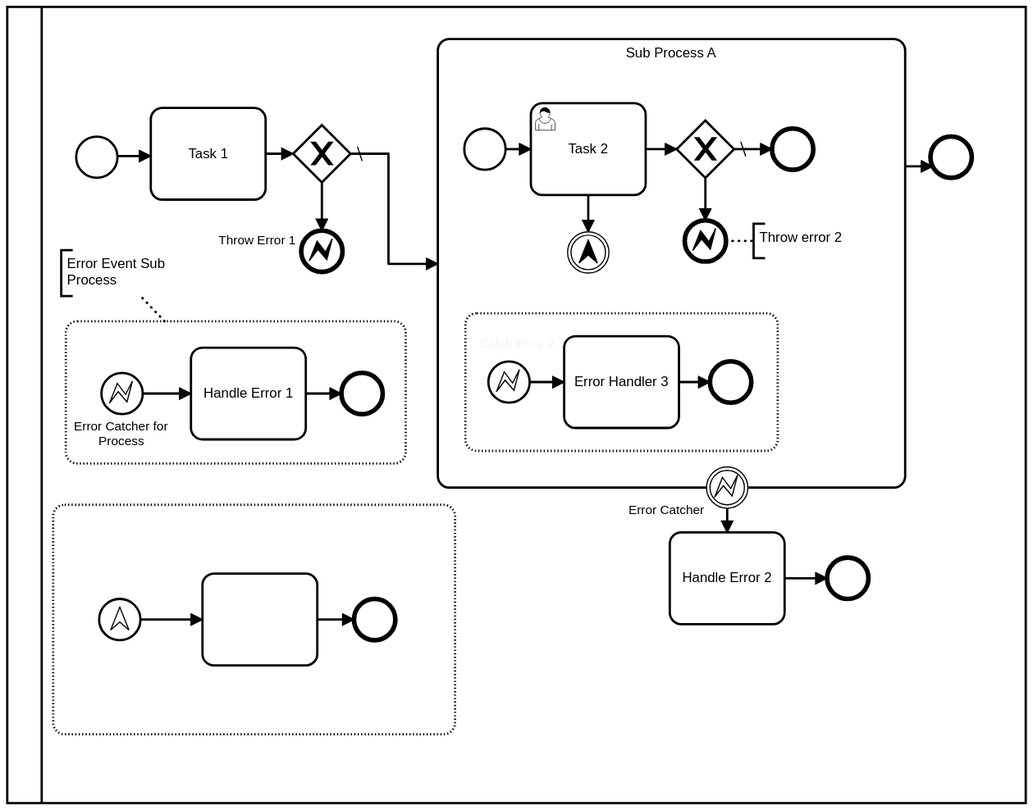
The BPMN diagram processes/error event.svg in bpmnServer/bpmn-web, before a commit. Its source is kept beside it as processes/error event.bpmn. Ids are renumbered.
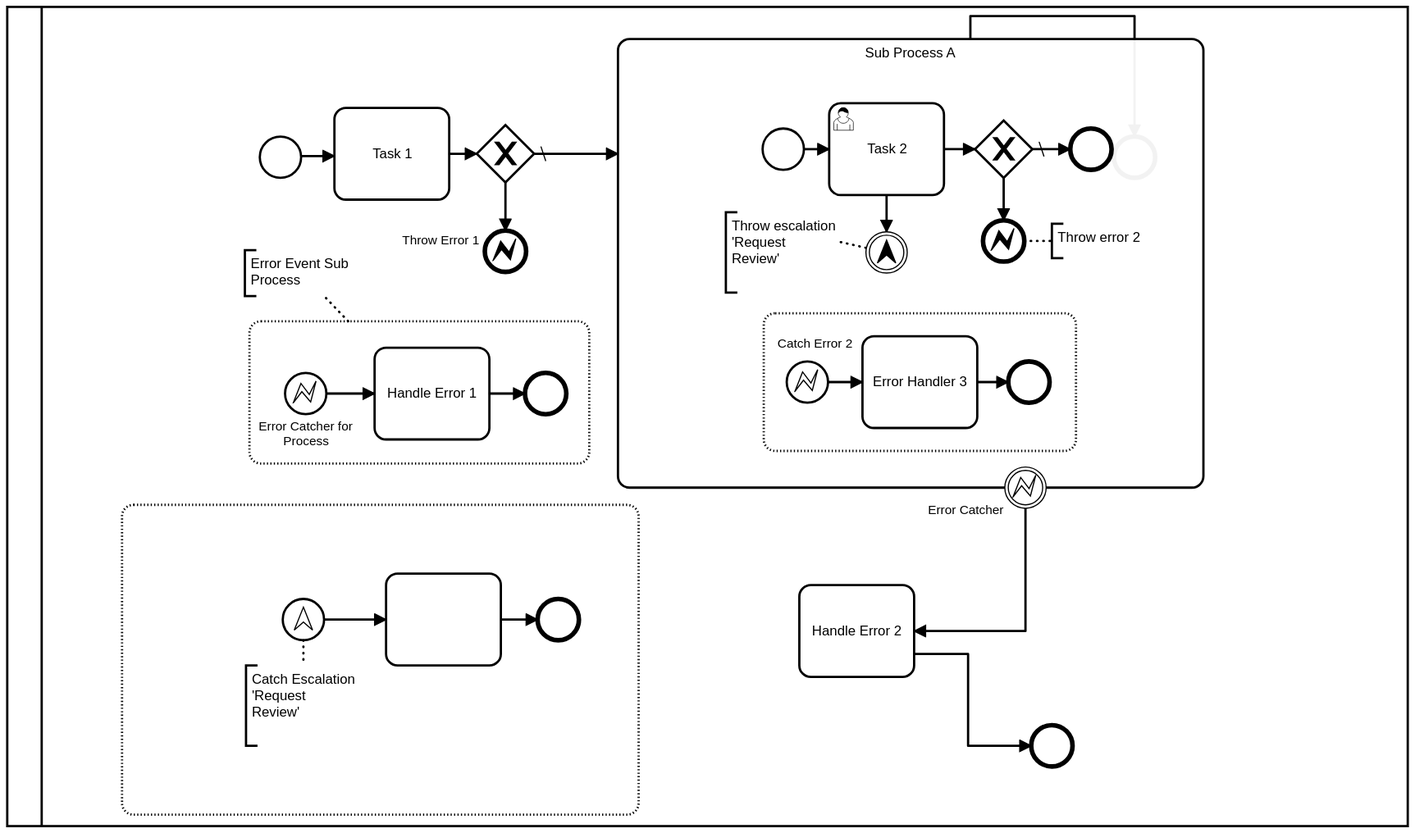
Above is the later version.

The edit, as a diff of the source:
```diff
@@ -46,6 +46,28 @@
       </endEvent>
       <sequenceFlow id="SequenceFlow_n14" sourceRef="Task_handle_error1" targetRef="EndEvent_subprocessErrorHandler" />
     </subProcess>
+    <subProcess id="Activity_n28" triggeredByEvent="true">
+      <task id="Activity_n29">
+        <incoming>Flow_n30</incoming>
+        <outgoing>Flow_n31</outgoing>
+      </task>
+      <sequenceFlow id="Flow_n30" sourceRef="Event_n32" targetRef="Activity_n29" />
+      <endEvent id="Event_n33">
+        <incoming>Flow_n31</incoming>
+      </endEvent>
+      <sequenceFlow id="Flow_n31" sourceRef="Activity_n29" targetRef="Event_n33" />
+      <startEvent id="Event_n32">
+        <outgoing>Flow_n30</outgoing>
+        <escalationEventDefinition id="EscalationEventDefinition_n34" escalationRef="Escalation_n25" />
+      </startEvent>
+      <textAnnotation id="TextAnnotation_n37">
+        <text>Catch Escalation 'Request Review'</text>
+      </textAnnotation>
+      <association id="Association_n38" sourceRef="Event_n32" targetRef="TextAnnotation_n37" />
+    </subProcess>
+    <endEvent id="EndEvent_n8">
+      <incoming>SequenceFlow_n7</incoming>
+    </endEvent>
     <subProcess id="SubProcess_A" name="Sub Process A">
       <incoming>SequenceFlow_n4</incoming>
       <outgoing>SequenceFlow_n7</outgoing>
@@ -99,36 +121,22 @@
         <text>Throw error 2</text>
       </textAnnotation>
       <association id="Association_n27" sourceRef="EndEvent_error2" targetRef="TextAnnotation_n26" />
+      <textAnnotation id="TextAnnotation_n39">
+        <text>Throw escalation 'Request Review'</text>
+      </textAnnotation>
+      <association id="Association_n40" sourceRef="Event_n23" targetRef="TextAnnotation_n39" />
     </subProcess>
     <boundaryEvent id="BoundaryEvent_catchErrors" name="Error Catcher" attachedToRef="SubProcess_A">
       <outgoing>SequenceFlow_n12</outgoing>
       <errorEventDefinition errorRef="error2" />
     </boundaryEvent>
+    <endEvent id="EndEvent_n11">
+      <incoming>SequenceFlow_n9</incoming>
+    </endEvent>
     <task id="Task_n10" name="Handle Error 2">
       <incoming>SequenceFlow_n12</incoming>
       <outgoing>SequenceFlow_n9</outgoing>
     </task>
-    <endEvent id="EndEvent_n11">
-      <incoming>SequenceFlow_n9</incoming>
-    </endEvent>
-    <subProcess id="Activity_n28" triggeredByEvent="true">
-      <task id="Activity_n29">
-        <incoming>Flow_n30</incoming>
-        <outgoing>Flow_n31</outgoing>
-      </task>
-      <sequenceFlow id="Flow_n30" sourceRef="Event_n32" targetRef="Activity_n29" />
-      <endEvent id="Event_n33">
-        <incoming>Flow_n31</incoming>
-      </endEvent>
-      <sequenceFlow id="Flow_n31" sourceRef="Activity_n29" targetRef="Event_n33" />
-      <startEvent id="Event_n32">
-        <outgoing>Flow_n30</outgoing>
-        <escalationEventDefinition id="EscalationEventDefinition_n34" escalationRef="Escalation_n25" />
-      </startEvent>
-    </subProcess>
-    <endEvent id="EndEvent_n8">
-      <incoming>SequenceFlow_n7</incoming>
-    </endEvent>
     <textAnnotation id="TextAnnotation_n35">
       <text>Error Event Sub Process</text>
     </textAnnotation>
@@ -138,34 +146,37 @@
   <bpmndi:BPMNDiagram id="BPMNDiagram_1">
     <bpmndi:BPMNPlane id="BPMNPlane_1" bpmnElement="Collaboration_n1">
       <bpmndi:BPMNShape id="Participant_n2_di" bpmnElement="Participant_n2" isHorizontal="true">
-        <dc:Bounds x="120" y="16" width="887" height="694" />
+        <dc:Bounds x="-40" y="16" width="1220" height="714" />
       </bpmndi:BPMNShape>
       <bpmndi:BPMNEdge id="SequenceFlow_n12_di" bpmnElement="SequenceFlow_n12">
-        <di:waypoint x="747" y="453" />
-        <di:waypoint x="747" y="474" />
+        <di:waypoint x="847" y="453" />
+        <di:waypoint x="847" y="560" />
+        <di:waypoint x="750" y="560" />
         <bpmndi:BPMNLabel>
           <dc:Bounds x="717" y="457.5" width="90" height="12" />
         </bpmndi:BPMNLabel>
       </bpmndi:BPMNEdge>
       <bpmndi:BPMNEdge id="SequenceFlow_n9_di" bpmnElement="SequenceFlow_n9">
-        <di:waypoint x="797" y="514" />
-        <di:waypoint x="834" y="514" />
+        <di:waypoint x="750" y="580" />
+        <di:waypoint x="797" y="580" />
+        <di:waypoint x="797" y="660" />
+        <di:waypoint x="852" y="660" />
         <bpmndi:BPMNLabel>
           <dc:Bounds x="770.5" y="493" width="90" height="12" />
         </bpmndi:BPMNLabel>
       </bpmndi:BPMNEdge>
       <bpmndi:BPMNEdge id="SequenceFlow_n7_di" bpmnElement="SequenceFlow_n7">
-        <di:waypoint x="902" y="155" />
-        <di:waypoint x="926" y="155" />
+        <di:waypoint x="799" y="44" />
+        <di:waypoint x="799" y="24" />
+        <di:waypoint x="942" y="24" />
+        <di:waypoint x="942" y="129" />
         <bpmndi:BPMNLabel>
           <dc:Bounds x="869" y="126" width="90" height="12" />
         </bpmndi:BPMNLabel>
       </bpmndi:BPMNEdge>
       <bpmndi:BPMNEdge id="SequenceFlow_n4_di" bpmnElement="SequenceFlow_n4">
         <di:waypoint x="419" y="144" />
-        <di:waypoint x="452" y="144" />
-        <di:waypoint x="452" y="240" />
-        <di:waypoint x="495" y="240" />
+        <di:waypoint x="492" y="144" />
         <bpmndi:BPMNLabel>
           <dc:Bounds x="422" y="186" width="90" height="12" />
         </bpmndi:BPMNLabel>
@@ -214,6 +225,15 @@
       <bpmndi:BPMNShape id="Task_01hmdwe_di" bpmnElement="Task_1">
         <dc:Bounds x="245" y="104" width="100" height="80" />
       </bpmndi:BPMNShape>
+      <bpmndi:BPMNShape id="EndEvent_n11_di" bpmnElement="EndEvent_n11">
+        <dc:Bounds x="852" y="642" width="36" height="36" />
+        <bpmndi:BPMNLabel>
+          <dc:Bounds x="807" y="536" width="90" height="12" />
+        </bpmndi:BPMNLabel>
+      </bpmndi:BPMNShape>
+      <bpmndi:BPMNShape id="Task_n10_di" bpmnElement="Task_n10">
+        <dc:Bounds x="650" y="520" width="100" height="80" />
+      </bpmndi:BPMNShape>
       <bpmndi:BPMNShape id="SubProcess_1y4dps2_di" bpmnElement="SubProcess_ErrorHandler" isExpanded="true">
         <dc:Bounds x="171" y="290" width="296" height="124" />
       </bpmndi:BPMNShape>
@@ -246,121 +266,11 @@
           <dc:Bounds x="384" y="375" width="90" height="12" />
         </bpmndi:BPMNLabel>
       </bpmndi:BPMNShape>
-      <bpmndi:BPMNShape id="SubProcess_1mrpeu8_di" bpmnElement="SubProcess_A" isExpanded="true">
-        <dc:Bounds x="495" y="44" width="407" height="391" />
+      <bpmndi:BPMNShape id="Activity_1s712nx_di" bpmnElement="Activity_n28" isExpanded="true">
+        <dc:Bounds x="60" y="450" width="450" height="270" />
       </bpmndi:BPMNShape>
-      <bpmndi:BPMNEdge id="Flow_n19_di" bpmnElement="Flow_n19">
-        <di:waypoint x="626" y="180" />
-        <di:waypoint x="626" y="212" />
-      </bpmndi:BPMNEdge>
-      <bpmndi:BPMNEdge id="SequenceFlow_n18_di" bpmnElement="SequenceFlow_n18">
-        <di:waypoint x="728" y="165" />
-        <di:waypoint x="728" y="202" />
-        <bpmndi:BPMNLabel>
-          <dc:Bounds x="698" y="177" width="90" height="12" />
-        </bpmndi:BPMNLabel>
-      </bpmndi:BPMNEdge>
-      <bpmndi:BPMNEdge id="SequenceFlow_n16_di" bpmnElement="SequenceFlow_n16">
-        <di:waypoint x="753" y="140" />
-        <di:waypoint x="786" y="140" />
-        <bpmndi:BPMNLabel>
-          <dc:Bounds x="725" y="119" width="90" height="12" />
-        </bpmndi:BPMNLabel>
-      </bpmndi:BPMNEdge>
-      <bpmndi:BPMNEdge id="SequenceFlow_n17_di" bpmnElement="SequenceFlow_n17">
-        <di:waypoint x="676" y="140" />
-        <di:waypoint x="703" y="140" />
-        <bpmndi:BPMNLabel>
-          <dc:Bounds x="645" y="119" width="90" height="12" />
-        </bpmndi:BPMNLabel>
-      </bpmndi:BPMNEdge>
-      <bpmndi:BPMNEdge id="SequenceFlow_n15_di" bpmnElement="SequenceFlow_n15">
-        <di:waypoint x="554" y="140" />
-        <di:waypoint x="576" y="140" />
-        <bpmndi:BPMNLabel>
-          <dc:Bounds x="520" y="119" width="90" height="12" />
-        </bpmndi:BPMNLabel>
-      </bpmndi:BPMNEdge>
-      <bpmndi:BPMNShape id="StartEvent_A_di" bpmnElement="StartEvent_A">
-        <dc:Bounds x="518" y="122" width="36" height="36" />
-        <bpmndi:BPMNLabel>
-          <dc:Bounds x="491" y="162" width="90" height="12" />
-        </bpmndi:BPMNLabel>
-      </bpmndi:BPMNShape>
-      <bpmndi:BPMNShape id="ExclusiveGateway_2_di" bpmnElement="ExclusiveGateway_2" isMarkerVisible="true">
-        <dc:Bounds x="703" y="115" width="50" height="50" />
-        <bpmndi:BPMNLabel>
-          <dc:Bounds x="683" y="169" width="90" height="12" />
-        </bpmndi:BPMNLabel>
-      </bpmndi:BPMNShape>
-      <bpmndi:BPMNShape id="EndEvent_A_di" bpmnElement="EndEvent_A">
-        <dc:Bounds x="786" y="122" width="36" height="36" />
-        <bpmndi:BPMNLabel>
-          <dc:Bounds x="759" y="162" width="90" height="12" />
-        </bpmndi:BPMNLabel>
-      </bpmndi:BPMNShape>
-      <bpmndi:BPMNShape id="EndEvent_0e3d6g3_di" bpmnElement="EndEvent_error2">
-        <dc:Bounds x="710" y="202" width="36" height="36" />
-        <bpmndi:BPMNLabel>
-          <dc:Bounds x="531" y="303" width="66" height="14" />
-        </bpmndi:BPMNLabel>
-      </bpmndi:BPMNShape>
-      <bpmndi:BPMNShape id="UserTask_0x4azqh_di" bpmnElement="UserTask1">
-        <dc:Bounds x="576" y="100" width="100" height="80" />
-      </bpmndi:BPMNShape>
-      <bpmndi:BPMNShape id="SubProcess_1ywmhkb_di" bpmnElement="SubProcess_event2" isExpanded="true">
-        <dc:Bounds x="519" y="283" width="272" height="120" />
-      </bpmndi:BPMNShape>
-      <bpmndi:BPMNEdge id="SequenceFlow_n21_di" bpmnElement="SequenceFlow_n21">
-        <di:waypoint x="705" y="343" />
-        <di:waypoint x="732" y="343" />
-        <bpmndi:BPMNLabel>
-          <dc:Bounds x="674" y="322" width="90" height="12" />
-        </bpmndi:BPMNLabel>
-      </bpmndi:BPMNEdge>
-      <bpmndi:BPMNEdge id="SequenceFlow_n20_di" bpmnElement="SequenceFlow_n20">
-        <di:waypoint x="575" y="343" />
-        <di:waypoint x="605" y="343" />
-        <bpmndi:BPMNLabel>
-          <dc:Bounds x="545" y="322" width="90" height="12" />
-        </bpmndi:BPMNLabel>
-      </bpmndi:BPMNEdge>
-      <bpmndi:BPMNShape id="ErrorHandler_3_di" bpmnElement="ErrorHandler_3">
-        <dc:Bounds x="605" y="303" width="100" height="80" />
-      </bpmndi:BPMNShape>
-      <bpmndi:BPMNShape id="EndEvent_3_di" bpmnElement="EndEvent_3">
-        <dc:Bounds x="732" y="325" width="36" height="36" />
-        <bpmndi:BPMNLabel>
-          <dc:Bounds x="705" y="365" width="90" height="12" />
-        </bpmndi:BPMNLabel>
-      </bpmndi:BPMNShape>
-      <bpmndi:BPMNShape id="StartEvent_1egrbx2_di" bpmnElement="StartEvent_n22">
-        <dc:Bounds x="539" y="325" width="36" height="36" />
-        <bpmndi:BPMNLabel>
-          <dc:Bounds x="512" y="365" width="90" height="12" />
-        </bpmndi:BPMNLabel>
-      </bpmndi:BPMNShape>
-      <bpmndi:BPMNShape id="Event_04c6efy_di" bpmnElement="Event_n23">
-        <dc:Bounds x="608" y="212" width="36" height="36" />
-      </bpmndi:BPMNShape>
-      <bpmndi:BPMNShape id="TextAnnotation_n26_di" bpmnElement="TextAnnotation_n26">
-        <dc:Bounds x="770" y="205" width="100" height="30" />
-      </bpmndi:BPMNShape>
-      <bpmndi:BPMNEdge id="Association_n27_di" bpmnElement="Association_n27">
-        <di:waypoint x="746" y="220" />
-        <di:waypoint x="770" y="220" />
-      </bpmndi:BPMNEdge>
-      <bpmndi:BPMNShape id="Task_n10_di" bpmnElement="Task_n10">
-        <dc:Bounds x="697" y="474" width="100" height="80" />
-      </bpmndi:BPMNShape>
-      <bpmndi:BPMNShape id="EndEvent_n11_di" bpmnElement="EndEvent_n11">
-        <dc:Bounds x="834" y="496" width="36" height="36" />
-        <bpmndi:BPMNLabel>
-          <dc:Bounds x="807" y="536" width="90" height="12" />
-        </bpmndi:BPMNLabel>
-      </bpmndi:BPMNShape>
-      <bpmndi:BPMNShape id="Activity_1s712nx_di" bpmnElement="Activity_n28" isExpanded="true">
-        <dc:Bounds x="160" y="450" width="350" height="200" />
+      <bpmndi:BPMNShape id="TextAnnotation_n37_di" bpmnElement="TextAnnotation_n37">
+        <dc:Bounds x="168" y="590" width="100.00000762939453" height="70" />
       </bpmndi:BPMNShape>
       <bpmndi:BPMNEdge id="Flow_n31_di" bpmnElement="Flow_n31">
         <di:waypoint x="390" y="550" />
@@ -379,6 +289,10 @@
       <bpmndi:BPMNShape id="Event_0kvsizc_di" bpmnElement="Event_n32">
         <dc:Bounds x="200" y="532" width="36" height="36" />
       </bpmndi:BPMNShape>
+      <bpmndi:BPMNEdge id="Association_n38_di" bpmnElement="Association_n38">
+        <di:waypoint x="218" y="568" />
+        <di:waypoint x="218" y="590" />
+      </bpmndi:BPMNEdge>
       <bpmndi:BPMNShape id="EndEvent_n8_di" bpmnElement="EndEvent_n8">
         <dc:Bounds x="924" y="129" width="36" height="36" />
         <bpmndi:BPMNLabel>
@@ -388,16 +302,127 @@
       <bpmndi:BPMNShape id="TextAnnotation_n35_di" bpmnElement="TextAnnotation_n35">
         <dc:Bounds x="167" y="228" width="100" height="40" />
       </bpmndi:BPMNShape>
-      <bpmndi:BPMNShape id="BoundaryEvent_09xjkku_di" bpmnElement="BoundaryEvent_catchErrors">
-        <dc:Bounds x="729" y="417" width="36" height="36" />
-        <bpmndi:BPMNLabel>
-          <dc:Bounds x="661" y="448" width="68" height="12" />
-        </bpmndi:BPMNLabel>
-      </bpmndi:BPMNShape>
       <bpmndi:BPMNEdge id="Association_n36_di" bpmnElement="Association_n36">
         <di:waypoint x="257" y="290" />
         <di:waypoint x="236" y="268" />
       </bpmndi:BPMNEdge>
+      <bpmndi:BPMNShape id="SubProcess_1mrpeu8_di" bpmnElement="SubProcess_A" isExpanded="true">
+        <dc:Bounds x="492" y="44" width="510" height="391" />
+      </bpmndi:BPMNShape>
+      <bpmndi:BPMNShape id="TextAnnotation_n26_di" bpmnElement="TextAnnotation_n26">
+        <dc:Bounds x="870" y="205" width="100" height="30" />
+      </bpmndi:BPMNShape>
+      <bpmndi:BPMNShape id="TextAnnotation_n39_di" bpmnElement="TextAnnotation_n39">
+        <dc:Bounds x="586" y="195" width="100.00000762939453" height="70" />
+      </bpmndi:BPMNShape>
+      <bpmndi:BPMNEdge id="Flow_n19_di" bpmnElement="Flow_n19">
+        <di:waypoint x="726" y="180" />
+        <di:waypoint x="726" y="212" />
+      </bpmndi:BPMNEdge>
+      <bpmndi:BPMNEdge id="SequenceFlow_n18_di" bpmnElement="SequenceFlow_n18">
+        <di:waypoint x="828" y="165" />
+        <di:waypoint x="828" y="202" />
+        <bpmndi:BPMNLabel>
+          <dc:Bounds x="698" y="177" width="90" height="12" />
+        </bpmndi:BPMNLabel>
+      </bpmndi:BPMNEdge>
+      <bpmndi:BPMNEdge id="SequenceFlow_n16_di" bpmnElement="SequenceFlow_n16">
+        <di:waypoint x="853" y="140" />
+        <di:waypoint x="886" y="140" />
+        <bpmndi:BPMNLabel>
+          <dc:Bounds x="725" y="119" width="90" height="12" />
+        </bpmndi:BPMNLabel>
+      </bpmndi:BPMNEdge>
+      <bpmndi:BPMNEdge id="SequenceFlow_n17_di" bpmnElement="SequenceFlow_n17">
+        <di:waypoint x="776" y="140" />
+        <di:waypoint x="803" y="140" />
+        <bpmndi:BPMNLabel>
+          <dc:Bounds x="645" y="119" width="90" height="12" />
+        </bpmndi:BPMNLabel>
+      </bpmndi:BPMNEdge>
+      <bpmndi:BPMNEdge id="SequenceFlow_n15_di" bpmnElement="SequenceFlow_n15">
+        <di:waypoint x="654" y="140" />
+        <di:waypoint x="676" y="140" />
+        <bpmndi:BPMNLabel>
+          <dc:Bounds x="520" y="119" width="90" height="12" />
+        </bpmndi:BPMNLabel>
+      </bpmndi:BPMNEdge>
+      <bpmndi:BPMNShape id="StartEvent_A_di" bpmnElement="StartEvent_A">
+        <dc:Bounds x="618" y="122" width="36" height="36" />
+        <bpmndi:BPMNLabel>
+          <dc:Bounds x="491" y="162" width="90" height="12" />
+        </bpmndi:BPMNLabel>
+      </bpmndi:BPMNShape>
+      <bpmndi:BPMNShape id="ExclusiveGateway_2_di" bpmnElement="ExclusiveGateway_2" isMarkerVisible="true">
+        <dc:Bounds x="803" y="115" width="50" height="50" />
+        <bpmndi:BPMNLabel>
+          <dc:Bounds x="683" y="169" width="90" height="12" />
+        </bpmndi:BPMNLabel>
+      </bpmndi:BPMNShape>
+      <bpmndi:BPMNShape id="EndEvent_A_di" bpmnElement="EndEvent_A">
+        <dc:Bounds x="886" y="122" width="36" height="36" />
+        <bpmndi:BPMNLabel>
+          <dc:Bounds x="759" y="162" width="90" height="12" />
+        </bpmndi:BPMNLabel>
+      </bpmndi:BPMNShape>
+      <bpmndi:BPMNShape id="EndEvent_0e3d6g3_di" bpmnElement="EndEvent_error2">
+        <dc:Bounds x="810" y="202" width="36" height="36" />
+        <bpmndi:BPMNLabel>
+          <dc:Bounds x="631" y="303" width="66" height="14" />
+        </bpmndi:BPMNLabel>
+      </bpmndi:BPMNShape>
+      <bpmndi:BPMNShape id="UserTask_0x4azqh_di" bpmnElement="UserTask1">
+        <dc:Bounds x="676" y="100" width="100" height="80" />
+      </bpmndi:BPMNShape>
+      <bpmndi:BPMNShape id="Event_04c6efy_di" bpmnElement="Event_n23">
+        <dc:Bounds x="708" y="212" width="36" height="36" />
+      </bpmndi:BPMNShape>
+      <bpmndi:BPMNShape id="SubProcess_1ywmhkb_di" bpmnElement="SubProcess_event2" isExpanded="true">
+        <dc:Bounds x="619" y="283" width="272" height="120" />
+      </bpmndi:BPMNShape>
+      <bpmndi:BPMNEdge id="SequenceFlow_n21_di" bpmnElement="SequenceFlow_n21">
+        <di:waypoint x="805" y="343" />
+        <di:waypoint x="832" y="343" />
+        <bpmndi:BPMNLabel>
+          <dc:Bounds x="674" y="322" width="90" height="12" />
+        </bpmndi:BPMNLabel>
+      </bpmndi:BPMNEdge>
+      <bpmndi:BPMNEdge id="SequenceFlow_n20_di" bpmnElement="SequenceFlow_n20">
+        <di:waypoint x="675" y="343" />
+        <di:waypoint x="705" y="343" />
+        <bpmndi:BPMNLabel>
+          <dc:Bounds x="545" y="322" width="90" height="12" />
+        </bpmndi:BPMNLabel>
+      </bpmndi:BPMNEdge>
+      <bpmndi:BPMNShape id="ErrorHandler_3_di" bpmnElement="ErrorHandler_3">
+        <dc:Bounds x="705" y="303" width="100" height="80" />
+      </bpmndi:BPMNShape>
+      <bpmndi:BPMNShape id="EndEvent_3_di" bpmnElement="EndEvent_3">
+        <dc:Bounds x="832" y="325" width="36" height="36" />
+        <bpmndi:BPMNLabel>
+          <dc:Bounds x="705" y="365" width="90" height="12" />
+        </bpmndi:BPMNLabel>
+      </bpmndi:BPMNShape>
+      <bpmndi:BPMNShape id="StartEvent_1egrbx2_di" bpmnElement="StartEvent_n22">
+        <dc:Bounds x="639" y="325" width="36" height="36" />
+        <bpmndi:BPMNLabel>
+          <dc:Bounds x="512" y="365" width="90" height="12" />
+        </bpmndi:BPMNLabel>
+      </bpmndi:BPMNShape>
+      <bpmndi:BPMNEdge id="Association_n27_di" bpmnElement="Association_n27">
+        <di:waypoint x="846" y="220" />
+        <di:waypoint x="870" y="220" />
+      </bpmndi:BPMNEdge>
+      <bpmndi:BPMNEdge id="Association_n40_di" bpmnElement="Association_n40">
+        <di:waypoint x="708" y="226" />
+        <di:waypoint x="686" y="221" />
+      </bpmndi:BPMNEdge>
+      <bpmndi:BPMNShape id="BoundaryEvent_09xjkku_di" bpmnElement="BoundaryEvent_catchErrors">
+        <dc:Bounds x="829" y="417" width="36" height="36" />
+        <bpmndi:BPMNLabel>
+          <dc:Bounds x="762" y="448" width="67" height="14" />
+        </bpmndi:BPMNLabel>
+      </bpmndi:BPMNShape>
     </bpmndi:BPMNPlane>
   </bpmndi:BPMNDiagram>
 </definitions>
```
